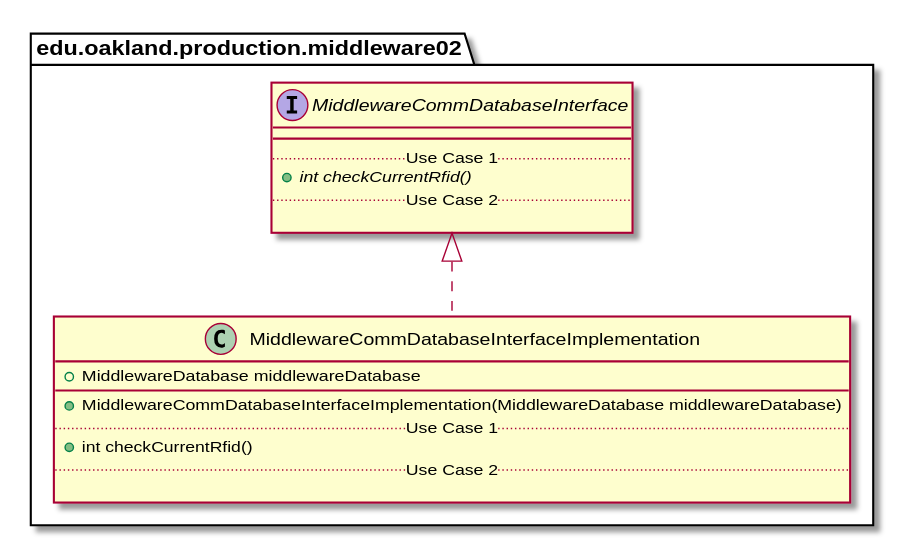
Earlier version of the PlantUML export docs/uml-class-diagrams/middleware02/production/MiddlewareCommDatabaseInterfaceImplementation/MiddlewareCommDatabaseInterfaceImplementation_Closure.svg (andrewdimmer/csi-3370-software-project).
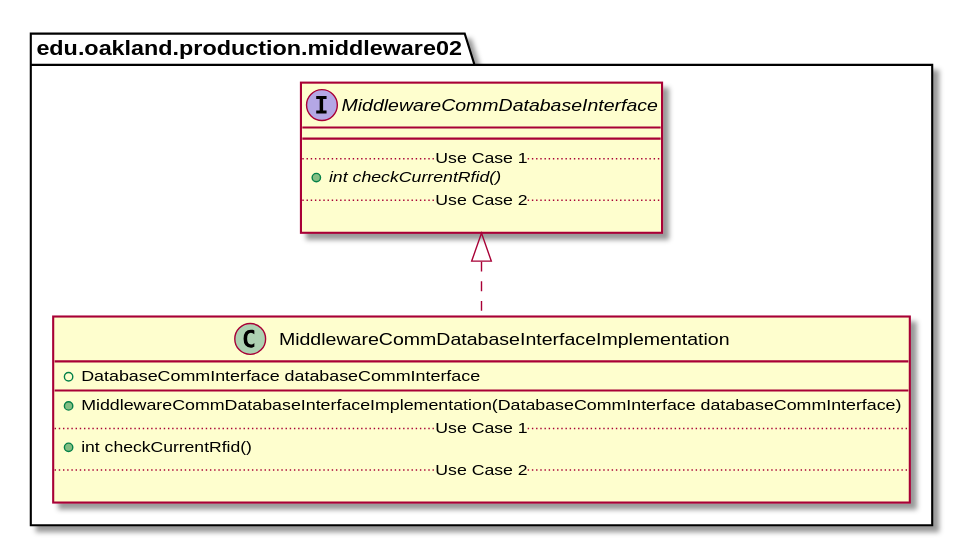
The same diagram one commit later.

The edit, as a diff of the source:
```diff
@@ -3,9 +3,9 @@
 
 package edu.oakland.production.middleware02 {
     class MiddlewareCommDatabaseInterfaceImplementation {
-        + MiddlewareDatabase middlewareDatabase
+        + DatabaseCommInterface databaseCommInterface
         __
-        + MiddlewareCommDatabaseInterfaceImplementation(MiddlewareDatabase middlewareDatabase)
+        + MiddlewareCommDatabaseInterfaceImplementation(DatabaseCommInterface databaseCommInterface)
         .. Use Case 1 ..
         + int checkCurrentRfid()
         .. Use Case 2 ..
```
